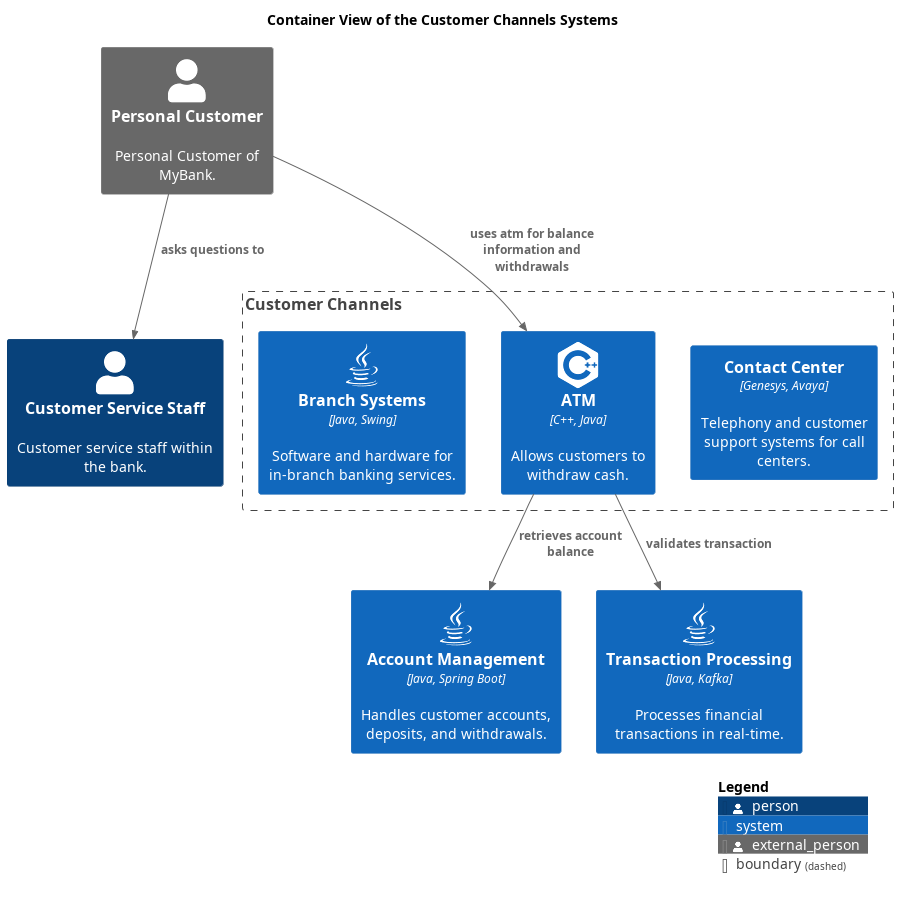
Above: docs/mybank/customer-channels/container-view.png in soulspace-org/my-bank-model (PlantUML), before the change.
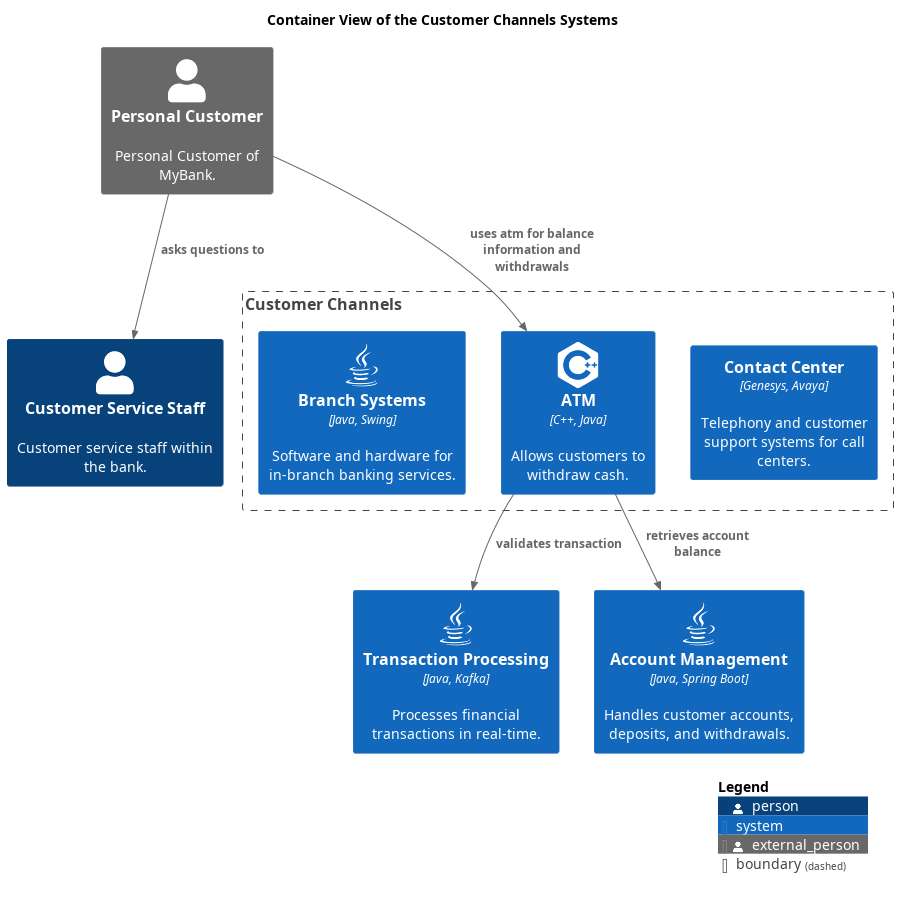
After the change.

Diff of the diagram source:
```diff
@@ -16,10 +16,10 @@
 
 
 title Container View of the Customer Channels Systems
-System(mybank_coreBanking_accountManagementSystem, "Account Management", $descr="Handles customer accounts, deposits, and withdrawals.", $type="Java, Spring Boot", $sprite="java")
 Person(mybank_customerChannels_customerServiceStaff, "Customer Service Staff", $descr="Customer service staff within the bank.")
 System(mybank_coreBanking_transactionProcessingSystem, "Transaction Processing", $descr="Processes financial transactions in real-time.", $type="Java, Kafka", $sprite="java")
 Person_Ext(mybank_personalCustomer, "Personal Customer", $descr="Personal Customer of MyBank.")
+System(mybank_coreBanking_accountManagementSystem, "Account Management", $descr="Handles customer accounts, deposits, and withdrawals.", $type="Java, Spring Boot", $sprite="java")
 Boundary(mybank_customerChannels_contextBoundary, "Customer Channels") {
   System(mybank_customerChannels_contactCenterSystem, "Contact Center", $descr="Telephony and customer support systems for call centers.", $type="Genesys, Avaya")
   System(mybank_customerChannels_atm, "ATM", $descr="Allows customers to withdraw cash.", $type="C++, Java", $sprite="cplusplus")
```
